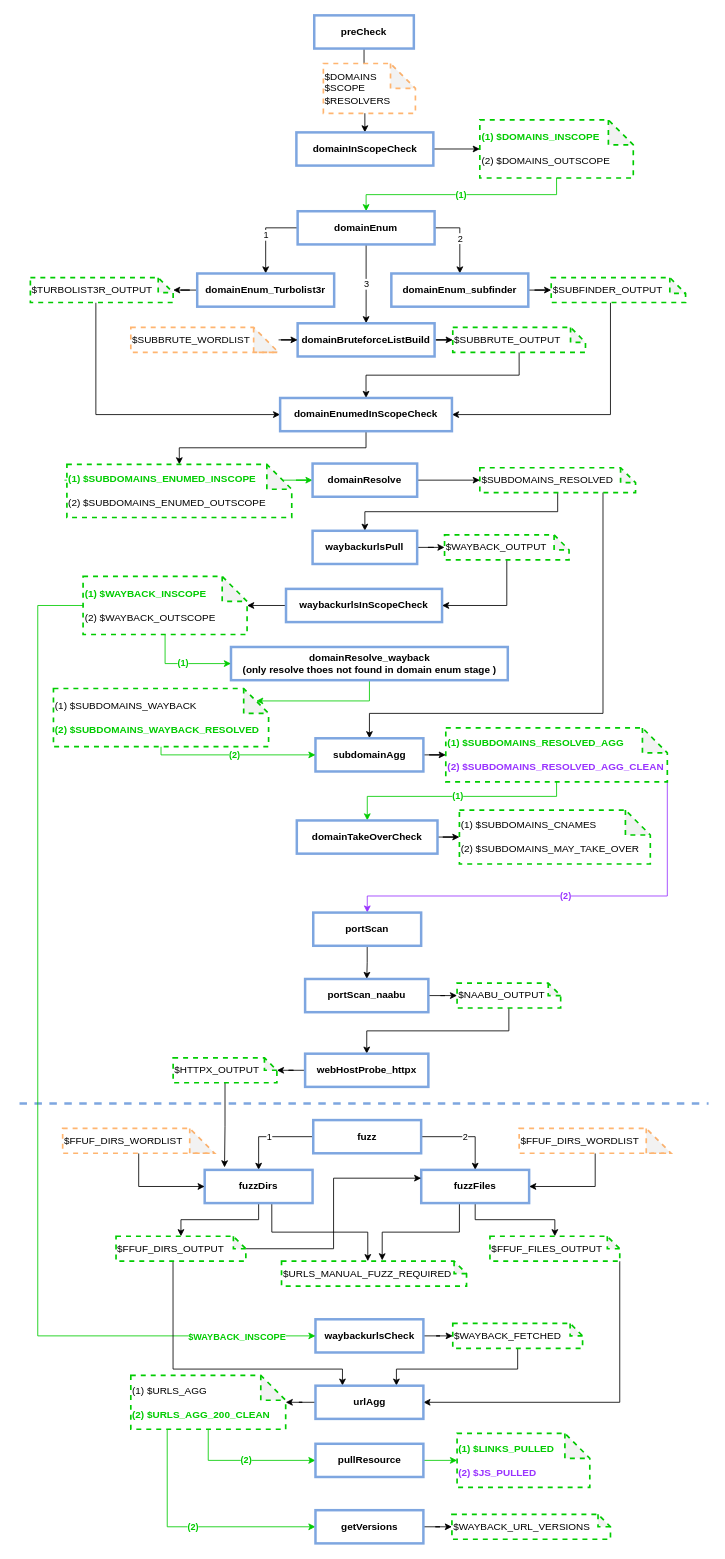
The draw.io diagram Recon.drawio in dirtybull/workflows, before the edit. Source tidied: cells renumbered, new cells numbered last; positions are measured from the earlier drawing's top-left corner, leaving out a move shared by most shapes. Both pictures are drawn from the tidied source at 83%, with x=0, y=0 at pixel (19, 15).
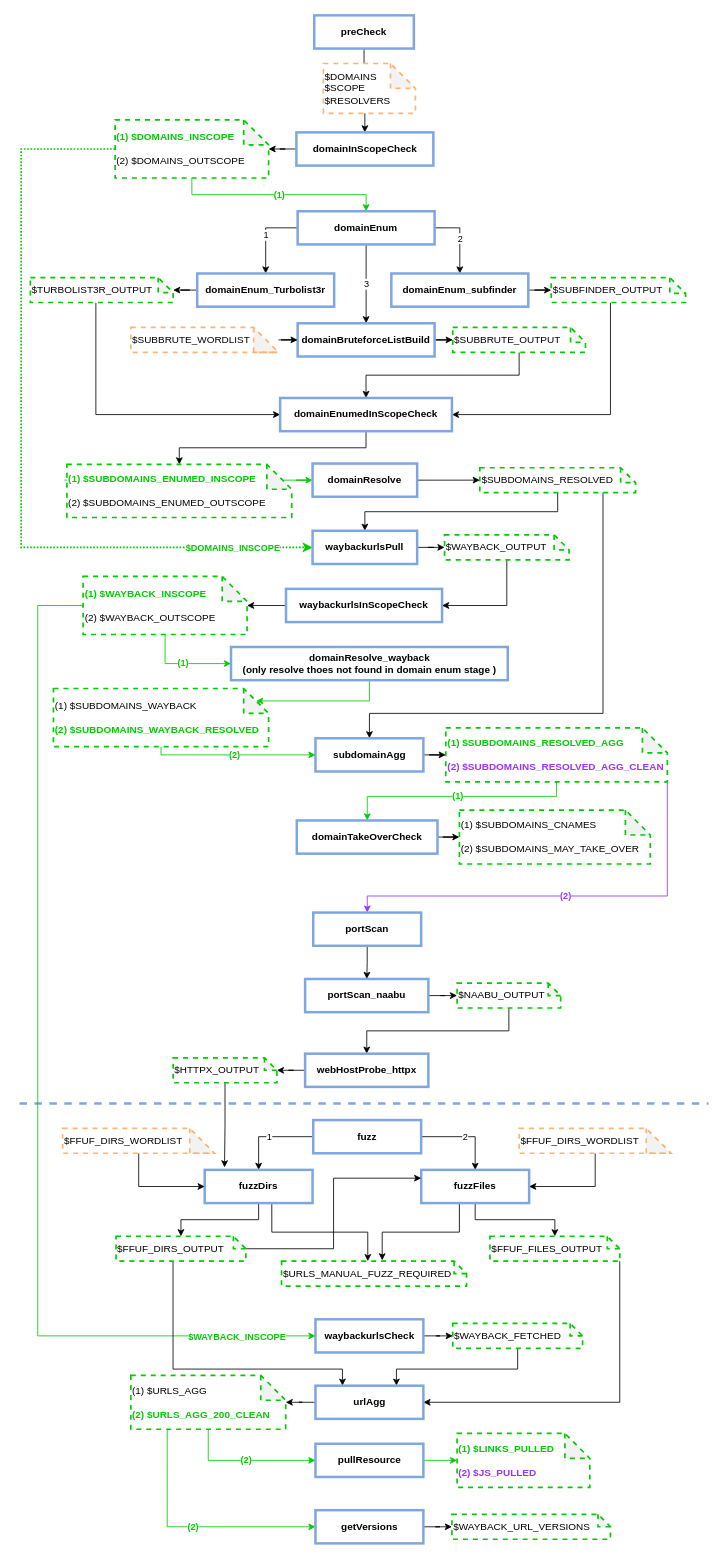
The same page after the edit.

Unchanged cells that the change refers to:
```xml
<mxCell id="38" value="waybackurlsPull" style="rounded=0;whiteSpace=wrap;html=1;strokeColor=#7EA6E0;strokeWidth=3;fontStyle=1;" parent="1" vertex="1">
  <mxGeometry x="353.1" y="621" width="126" height="40" as="geometry" />
</mxCell>
```

The edit, as a diff of the source:
```diff
@@
+    <mxCell id="104" style="edgeStyle=orthogonalEdgeStyle;rounded=0;jettySize=auto;html=1;entryX=0;entryY=0.5;entryDx=0;entryDy=0;fontColor=default;strokeColor=#00CC00;dashed=1;strokeWidth=2;dashPattern=1 1;" parent="1" edge="1" source="9" target="38">
+      <mxGeometry relative="1" as="geometry">
+        <Array as="points">
+          <mxPoint x="2" y="161" />
+          <mxPoint x="2" y="641" />
+        </Array>
+      </mxGeometry>
+    </mxCell>
+    <mxCell id="105" value="&lt;font color=&quot;#00CC00&quot;&gt;&lt;b&gt;$DOMAINS_INSCOPE&lt;/b&gt;&lt;/font&gt;" style="edgeLabel;html=1;align=center;verticalAlign=middle;fontColor=default;" parent="104" vertex="1">
+      <mxGeometry x="0.84" y="-2" relative="1" as="geometry">
+        <mxPoint x="-21" y="-2" as="offset" />
+      </mxGeometry>
+    </mxCell>
     <mxCell id="9" value="&lt;div&gt;&lt;font color=&quot;#00CC00&quot;&gt;&lt;b&gt;(1) $DOMAINS_INSCOPE&lt;/b&gt;&lt;/font&gt;&lt;/div&gt;&lt;div&gt;&lt;br&gt;&lt;/div&gt;&lt;div&gt;(2) $DOMAINS_OUTSCOPE&lt;/div&gt;" style="shape=note;whiteSpace=wrap;html=1;backgroundOutline=1;darkOpacity=0.05;dashed=1;align=left;strokeColor=#00CC00;strokeWidth=2;" parent="1" vertex="1">
-      <mxGeometry x="554.6" y="126" width="184.9" height="70" as="geometry" />
+      <mxGeometry x="115.2" y="126" width="184.9" height="70" as="geometry" />
     </mxCell>
```
